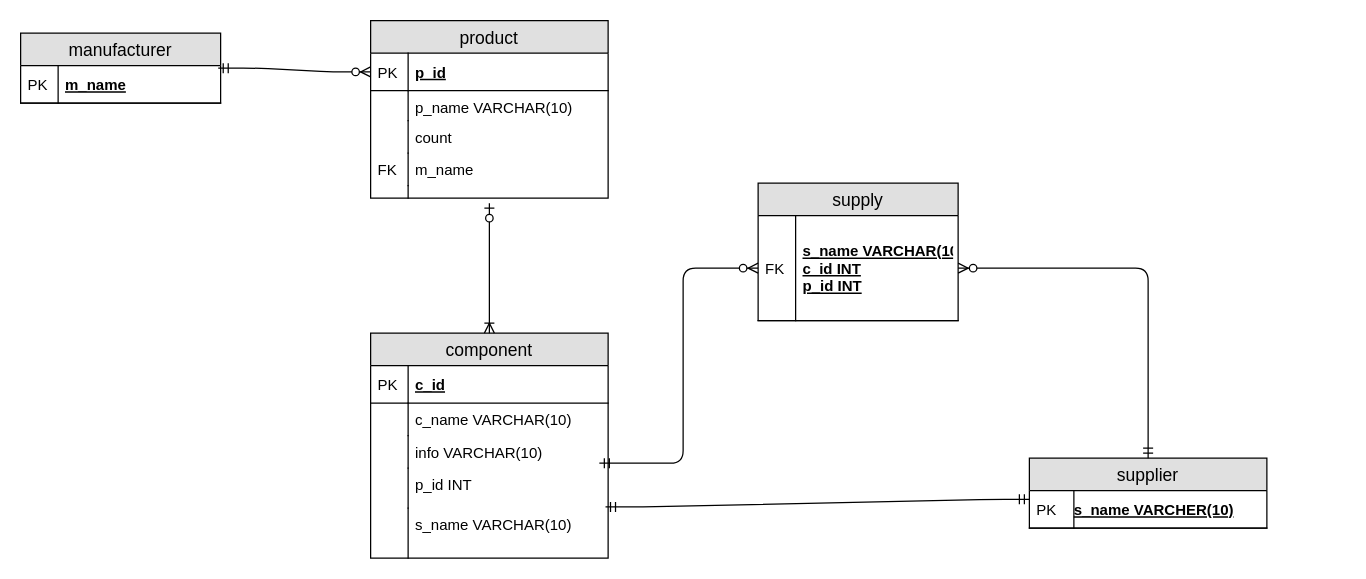
Above: 1.drawio in ssd32033/Dteam (draw.io), before the change. Source tidied: cells renumbered, new cells numbered last; positions are measured from the earlier drawing's top-left corner, leaving out a move shared by most shapes. Both pictures are drawn from the tidied source at 125%, with x=0, y=0 at pixel (20, 20).
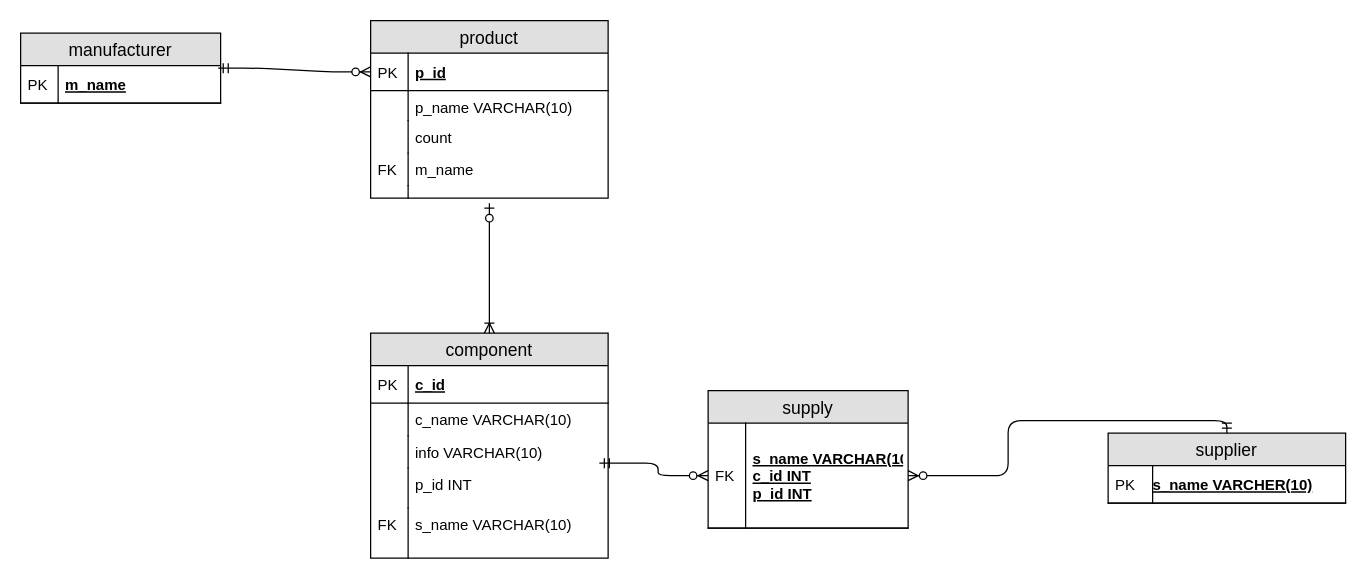
Above is the later version.

The change refers to these unchanged cells:
```xml
<mxCell id="25" value="s_name VARCHAR(10)" style="shape=partialRectangle;top=0;left=0;right=0;bottom=0;align=left;verticalAlign=top;fillColor=none;spacingLeft=34;spacingRight=4;overflow=hidden;points=[[0,0.5],[1,0.5]];portConstraint=eastwest;fontSize=12;" parent="16" vertex="1">
  <mxGeometry y="140" width="190" height="40" as="geometry" />
</mxCell>
<mxCell id="28" value="s_name VARCHER(10)" style="shape=partialRectangle;top=0;left=0;right=0;bottom=1;align=left;verticalAlign=middle;fillColor=none;spacingLeft=34;spacingRight=4;overflow=hidden;points=[[0,0.5],[1,0.5]];portConstraint=eastwest;fontStyle=5;fontSize=12;" parent="27" vertex="1">
  <mxGeometry y="26" width="190" height="30" as="geometry" />
</mxCell>
```

What changed in the source:
```diff
@@
-    <mxCell id="26" style="shape=partialRectangle;top=0;left=0;bottom=0;fillColor=none;align=left;verticalAlign=top;spacingLeft=4;spacingRight=4;overflow=hidden;fontSize=12;" parent="25" vertex="1">
+    <mxCell id="26" value="FK" style="shape=partialRectangle;top=0;left=0;bottom=0;fillColor=none;align=left;verticalAlign=top;spacingLeft=4;spacingRight=4;overflow=hidden;fontSize=12;" parent="25" vertex="1">
       <mxGeometry width="30" height="40" as="geometry" />
     </mxCell>
     <mxCell id="27" value="supplier" style="swimlane;fontStyle=0;horizontal=1;startSize=26;fillColor=#e0e0e0;swimlaneFillColor=#ffffff;align=center;fontSize=14;" parent="1" vertex="1">
-      <mxGeometry x="807" y="350" width="190" height="56" as="geometry" />
+      <mxGeometry x="870" y="330" width="190" height="56" as="geometry" />
     </mxCell>
@@
     <mxCell id="30" value="supply" style="swimlane;fontStyle=0;horizontal=1;startSize=26;fillColor=#e0e0e0;swimlaneFillColor=#ffffff;align=center;fontSize=14;" parent="1" vertex="1">
-      <mxGeometry x="590" y="130" width="160" height="110" as="geometry" />
+      <mxGeometry x="550" y="296" width="160" height="110" as="geometry" />
     </mxCell>
@@
-    <mxCell id="37" style="edgeStyle=entityRelationEdgeStyle;fontSize=12;html=1;endArrow=ERmandOne;startArrow=ERmandOne;entryX=0;entryY=0.233;entryDx=0;entryDy=0;entryPerimeter=0;exitX=0.989;exitY=-0.025;exitDx=0;exitDy=0;exitPerimeter=0;" parent="1" edge="1" source="25" target="28">
-      <mxGeometry relative="1" as="geometry" />
-    </mxCell>
```
